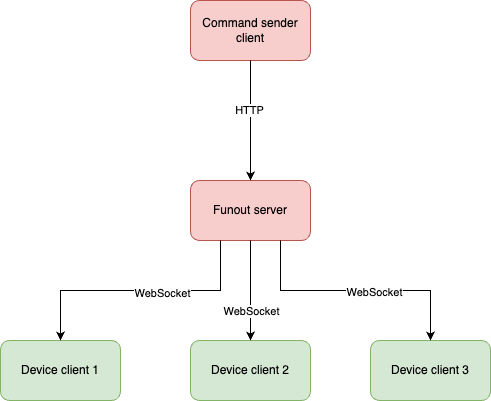
Before: docs/architecture.png, a diagram exported from draw.io (klimenkoOleg/websocket_funout). Source tidied: cells renumbered, new cells last; positions are measured from the earlier drawing's top-left corner, leaving out a move shared by most shapes. Its diagram source:
```xml
<mxGraphModel>
  <root>
    <mxCell id="0" />
    <mxCell id="1" parent="0" />
    <mxCell id="2" value="Funout server" style="rounded=1;whiteSpace=wrap;html=1;fillColor=#f8cecc;strokeColor=#b85450;" parent="1" vertex="1">
      <mxGeometry x="190" y="180" width="120" height="60" as="geometry" />
    </mxCell>
    <mxCell id="3" value="Device client 1" style="rounded=1;whiteSpace=wrap;html=1;fillColor=#d5e8d4;strokeColor=#82b366;" parent="1" vertex="1">
      <mxGeometry y="340" width="120" height="60" as="geometry" />
    </mxCell>
    <mxCell id="4" style="endArrow=classic;html=1;rounded=0;edgeStyle=orthogonalEdgeStyle;exitX=0.25;exitY=1;exitDx=0;exitDy=0;entryX=0.5;entryY=0;entryDx=0;entryDy=0;" parent="1" edge="1" source="2" target="3">
      <mxGeometry relative="1" as="geometry" />
    </mxCell>
    <mxCell id="5" value="WebSocket" style="edgeLabel;html=1;align=center;verticalAlign=middle;" parent="4" vertex="1">
      <mxGeometry x="-0.16" y="2" relative="1" as="geometry" />
    </mxCell>
    <mxCell id="6" value="Device client 2" style="rounded=1;whiteSpace=wrap;html=1;fillColor=#d5e8d4;strokeColor=#82b366;" parent="1" vertex="1">
      <mxGeometry x="190" y="340" width="120" height="60" as="geometry" />
    </mxCell>
    <mxCell id="7" style="endArrow=classic;html=1;rounded=0;edgeStyle=orthogonalEdgeStyle;entryX=0.5;entryY=0;entryDx=0;entryDy=0;" parent="1" edge="1" source="2" target="6">
      <mxGeometry relative="1" as="geometry" />
    </mxCell>
    <mxCell id="8" value="WebSocket" style="edgeLabel;html=1;align=center;verticalAlign=middle;" parent="7" vertex="1">
      <mxGeometry x="0.1" y="1" relative="1" as="geometry">
        <mxPoint x="-1" y="15" as="offset" />
      </mxGeometry>
    </mxCell>
    <mxCell id="9" value="Device client 3" style="rounded=1;whiteSpace=wrap;html=1;fillColor=#d5e8d4;strokeColor=#82b366;" parent="1" vertex="1">
      <mxGeometry x="370" y="340" width="120" height="60" as="geometry" />
    </mxCell>
    <mxCell id="10" style="endArrow=classic;html=1;rounded=0;edgeStyle=orthogonalEdgeStyle;entryX=0.5;entryY=0;entryDx=0;entryDy=0;exitX=0.75;exitY=1;exitDx=0;exitDy=0;" parent="1" edge="1" source="2" target="9">
      <mxGeometry relative="1" as="geometry" />
    </mxCell>
    <mxCell id="11" value="WebSocket" style="edgeLabel;html=1;align=center;verticalAlign=middle;" parent="10" vertex="1">
      <mxGeometry x="0.14" y="-1" relative="1" as="geometry" />
    </mxCell>
    <mxCell id="12" value="Command sender client" style="rounded=1;whiteSpace=wrap;html=1;fillColor=#f8cecc;strokeColor=#b85450;" parent="1" vertex="1">
      <mxGeometry x="190" width="120" height="60" as="geometry" />
    </mxCell>
    <mxCell id="13" style="endArrow=classic;html=1;rounded=0;edgeStyle=orthogonalEdgeStyle;exitX=0.5;exitY=1;exitDx=0;exitDy=0;" parent="1" edge="1" source="12" target="2">
      <mxGeometry relative="1" as="geometry" />
    </mxCell>
    <mxCell id="14" value="HTTP" style="edgeLabel;html=1;align=center;verticalAlign=middle;" parent="13" vertex="1">
      <mxGeometry x="-0.18" y="-2" relative="1" as="geometry" />
    </mxCell>
  </root>
</mxGraphModel>
```
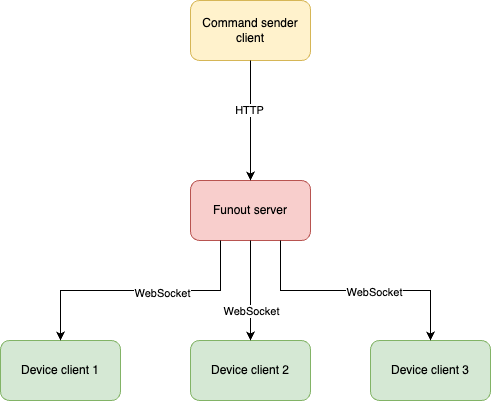
Later version of the same file.

Commit message:
arch pic corrected

What changed in the source:
```diff
@@ -34,7 +34,7 @@
     <mxCell id="11" value="WebSocket" style="edgeLabel;html=1;align=center;verticalAlign=middle;" parent="10" vertex="1">
       <mxGeometry x="0.14" y="-1" relative="1" as="geometry" />
     </mxCell>
-    <mxCell id="12" value="Command sender client" style="rounded=1;whiteSpace=wrap;html=1;fillColor=#f8cecc;strokeColor=#b85450;" parent="1" vertex="1">
+    <mxCell id="12" value="Command sender client" style="rounded=1;whiteSpace=wrap;html=1;fillColor=#fff2cc;strokeColor=#d6b656;" parent="1" vertex="1">
       <mxGeometry x="190" width="120" height="60" as="geometry" />
     </mxCell>
     <mxCell id="13" style="endArrow=classic;html=1;rounded=0;edgeStyle=orthogonalEdgeStyle;exitX=0.5;exitY=1;exitDx=0;exitDy=0;" parent="1" edge="1" source="12" target="2">
```
